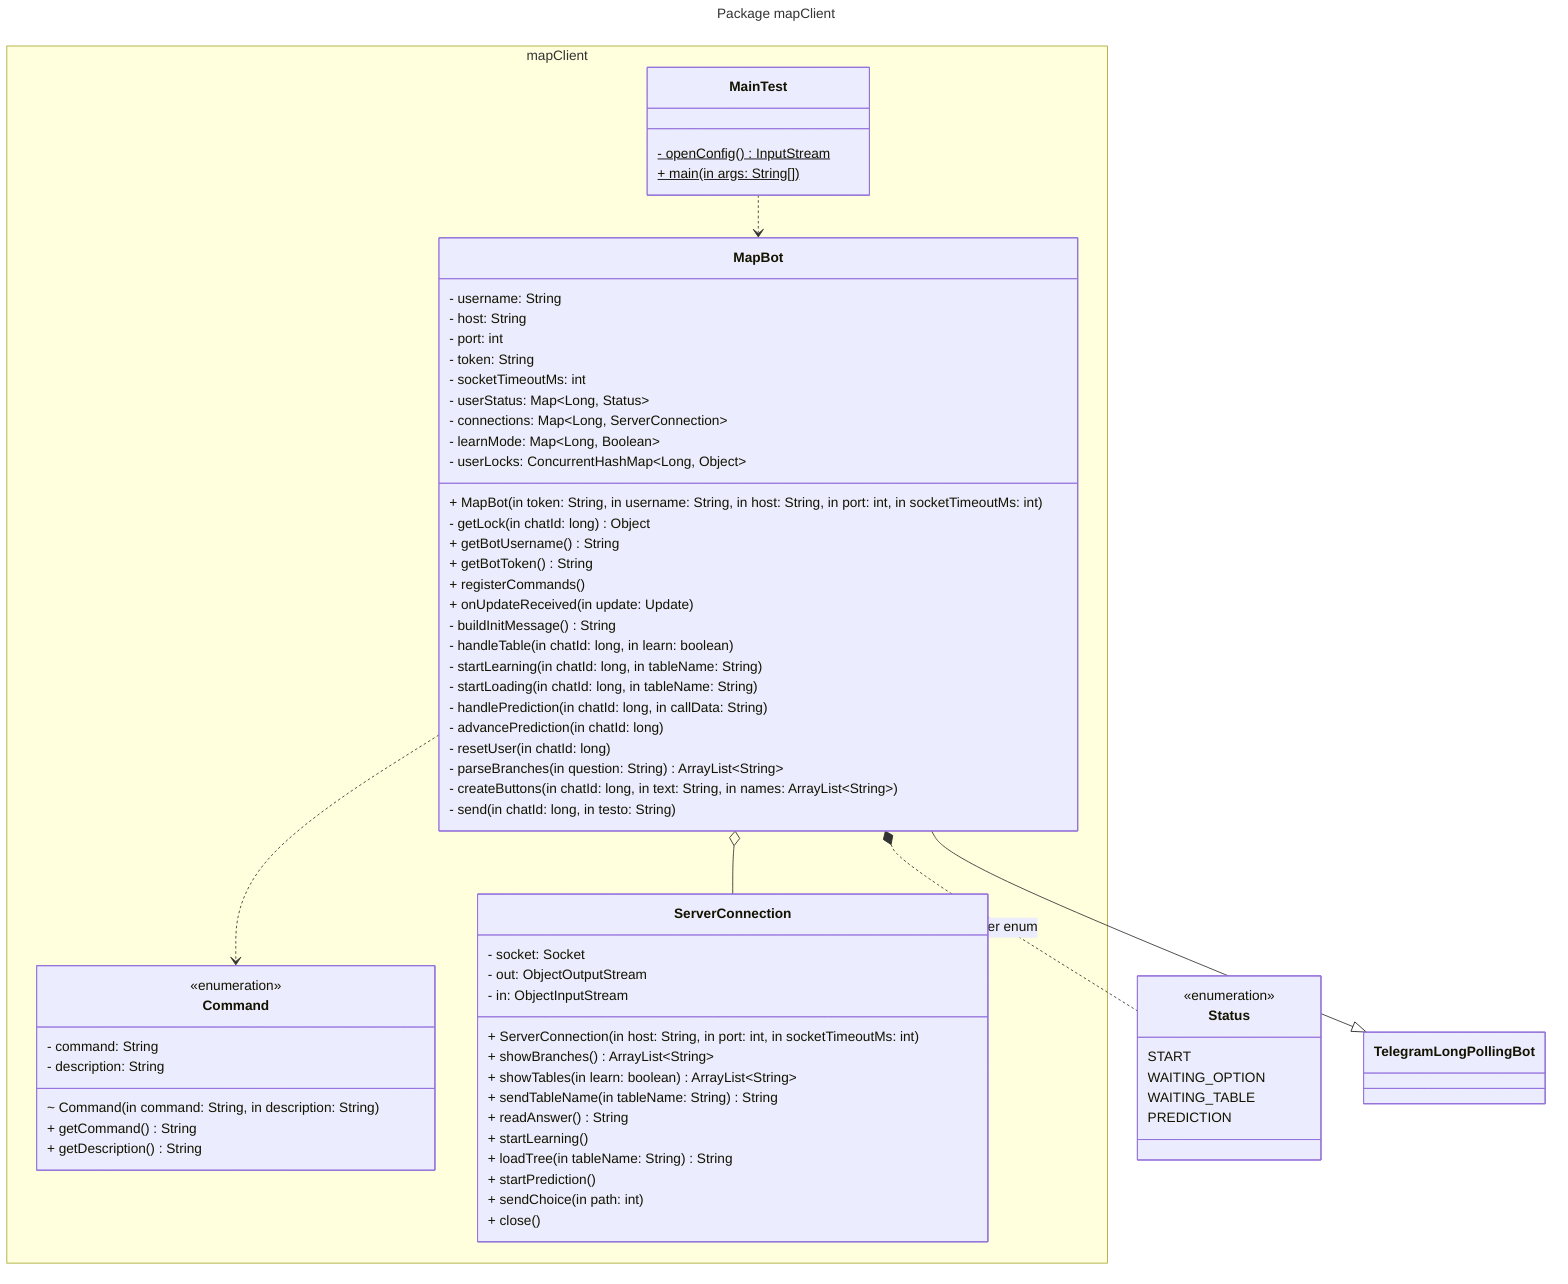
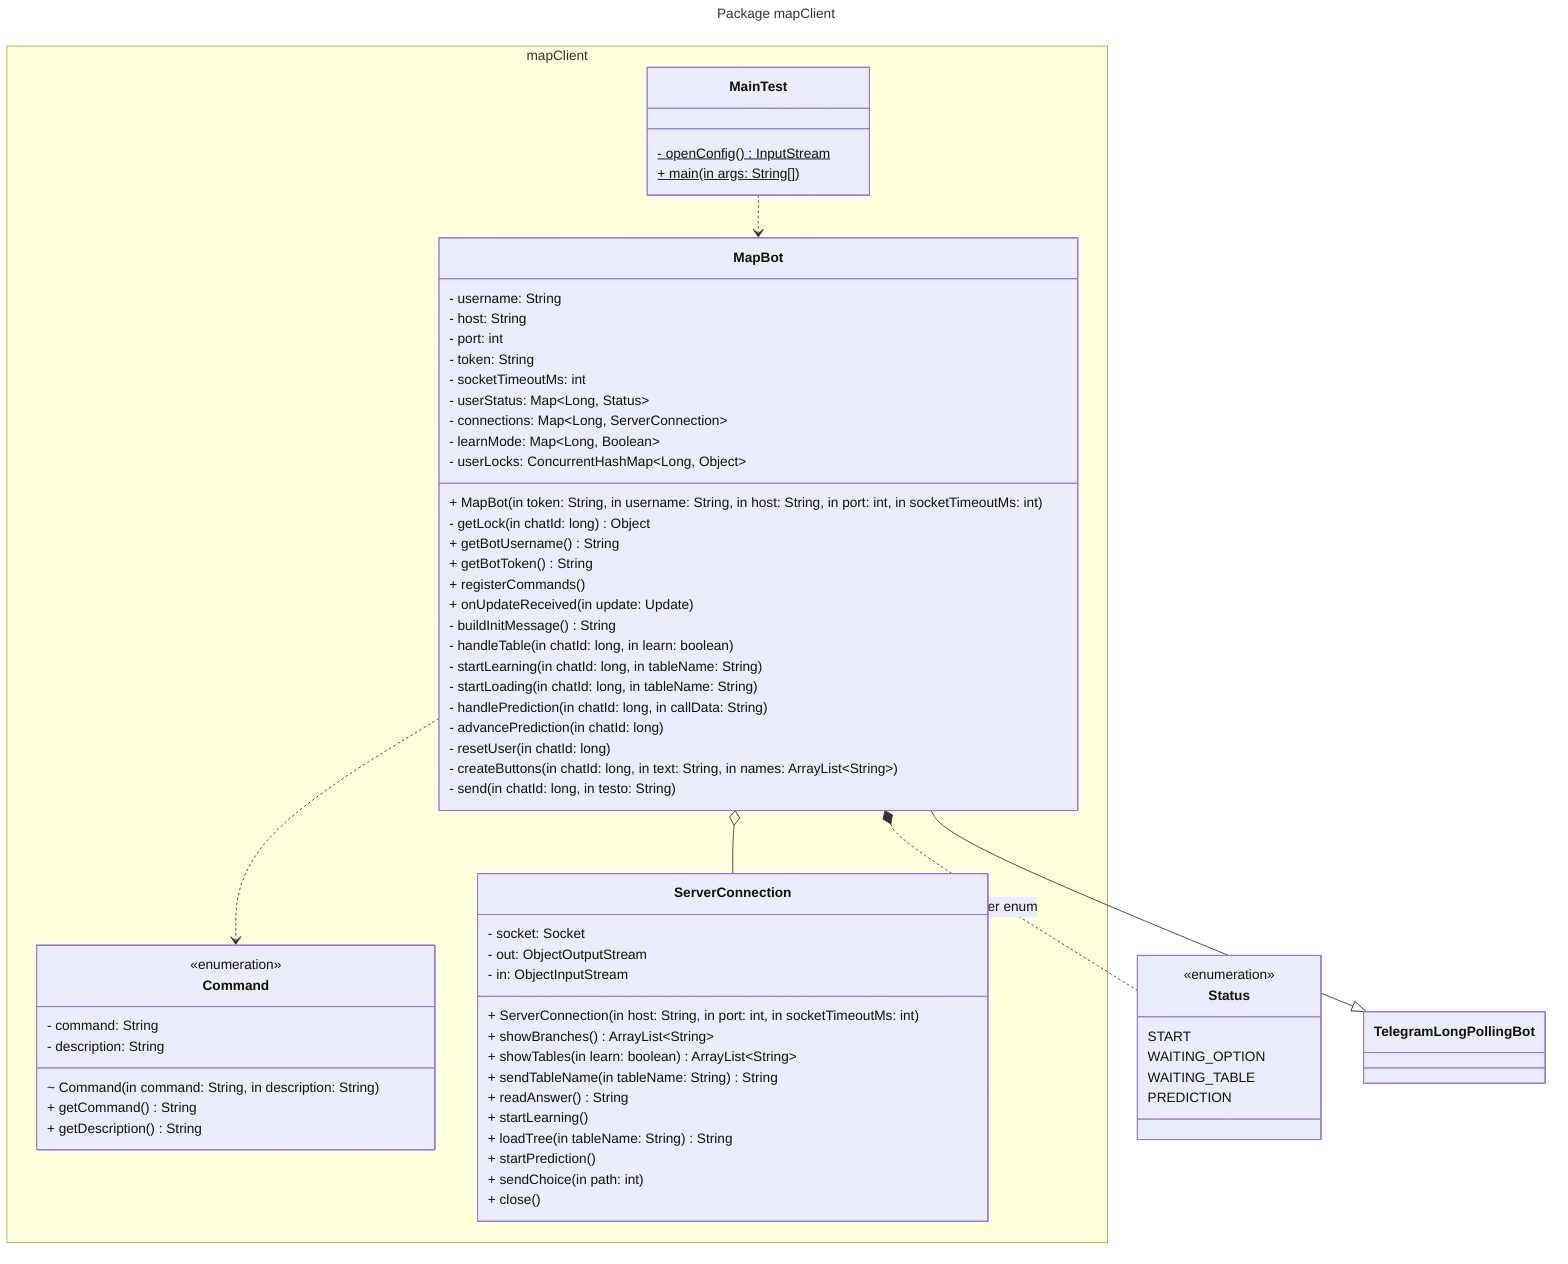
---
title: Package mapClient
---
classDiagram
namespace mapClient {
  class Command
  class MainTest
  class MapBot
  class ServerConnection
}

class Command {
  <<enumeration>>
  - command: String
  - description: String
  ~ Command(in command: String, in description: String)
  + getCommand() String
  + getDescription() String
}

class MainTest {
  - openConfig()$ InputStream
  + main(in args: String[])$
}

class MapBot {
  - username: String
  - host: String
  - port: int
  - token: String
  - socketTimeoutMs: int
  - userStatus: Map~Long, Status~
  - connections: Map~Long, ServerConnection~
  - learnMode: Map~Long, Boolean~
  - userLocks: ConcurrentHashMap~Long, Object~
  + MapBot(in token: String, in username: String, in host: String, in port: int, in socketTimeoutMs: int)
  - getLock(in chatId: long) Object
  + getBotUsername() String
  + getBotToken() String
  + registerCommands()
  + onUpdateReceived(in update: Update)
  - buildInitMessage() String
  - handleTable(in chatId: long, in learn: boolean)
  - startLearning(in chatId: long, in tableName: String)
  - startLoading(in chatId: long, in tableName: String)
  - handlePrediction(in chatId: long, in callData: String)
  - advancePrediction(in chatId: long)
  - resetUser(in chatId: long)
-   - parseBranches(in question: String) ArrayList~String~
  - createButtons(in chatId: long, in text: String, in names: ArrayList~String~)
  - send(in chatId: long, in testo: String)
}

class Status {
  <<enumeration>>
  START
  WAITING_OPTION
  WAITING_TABLE
  PREDICTION
}

class ServerConnection {
  - socket: Socket
  - out: ObjectOutputStream
  - in: ObjectInputStream
  + ServerConnection(in host: String, in port: int, in socketTimeoutMs: int)
  + showBranches() ArrayList~String~
  + showTables(in learn: boolean) ArrayList~String~
  + sendTableName(in tableName: String) String
  + readAnswer() String
  + startLearning()
  + loadTree(in tableName: String) String
  + startPrediction()
  + sendChoice(in path: int)
  + close()
}

class TelegramLongPollingBot {
}

MapBot --|> TelegramLongPollingBot
MapBot *.. Status : inner enum
MapBot o-- ServerConnection
MapBot ..> Command
MainTest ..> MapBot
